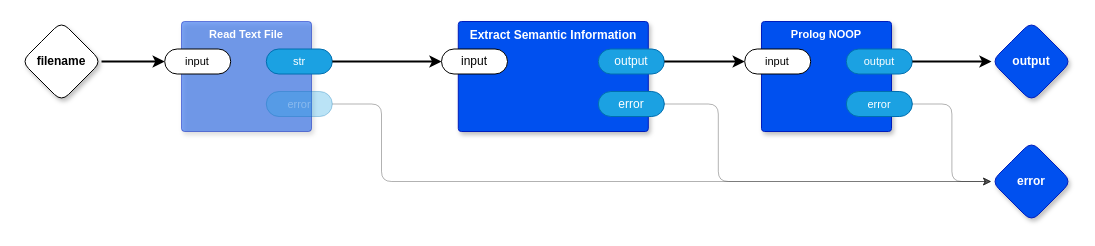
This is page "main" (1 of 10) of top.drawio from guitarvydas/kinopio2md, a draw.io file, before an edit. Source tidied: cells renumbered, new cells numbered last; positions are measured from the earlier drawing's top-left corner, leaving out a move shared by most shapes. Both pictures are drawn from the tidied source at 100%, with x=0, y=0 at pixel (21, 21).
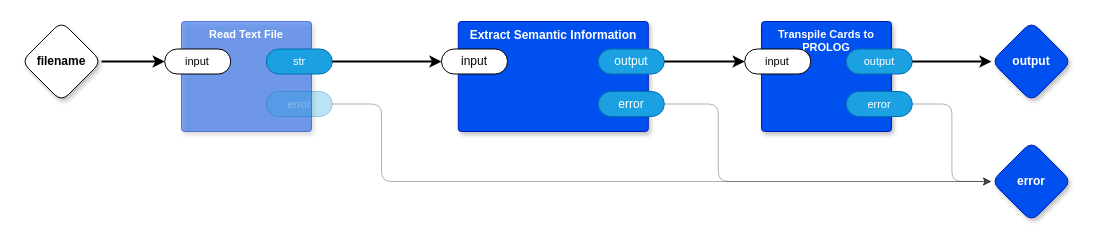
The same diagram, later.

Change to the diagram source:
```diff
@@
-    <mxCell id="17" value="Prolog NOOP" style="rounded=1;whiteSpace=wrap;html=1;sketch=0;verticalAlign=top;arcSize=6;fontStyle=1;absoluteArcSize=1;shadow=1;strokeColor=#001DBC;fillColor=#0050ef;fontColor=#ffffff;fontFamily=Helvetica;fontSize=11;" parent="1" vertex="1">
+    <mxCell id="17" value="Transpile Cards to PROLOG" style="rounded=1;whiteSpace=wrap;html=1;sketch=0;verticalAlign=top;arcSize=6;fontStyle=1;absoluteArcSize=1;shadow=1;strokeColor=#001DBC;fillColor=#0050ef;fontColor=#ffffff;fontFamily=Helvetica;fontSize=11;" parent="1" vertex="1">
       <mxGeometry x="740" width="130" height="110" as="geometry" />
     </mxCell>
```
